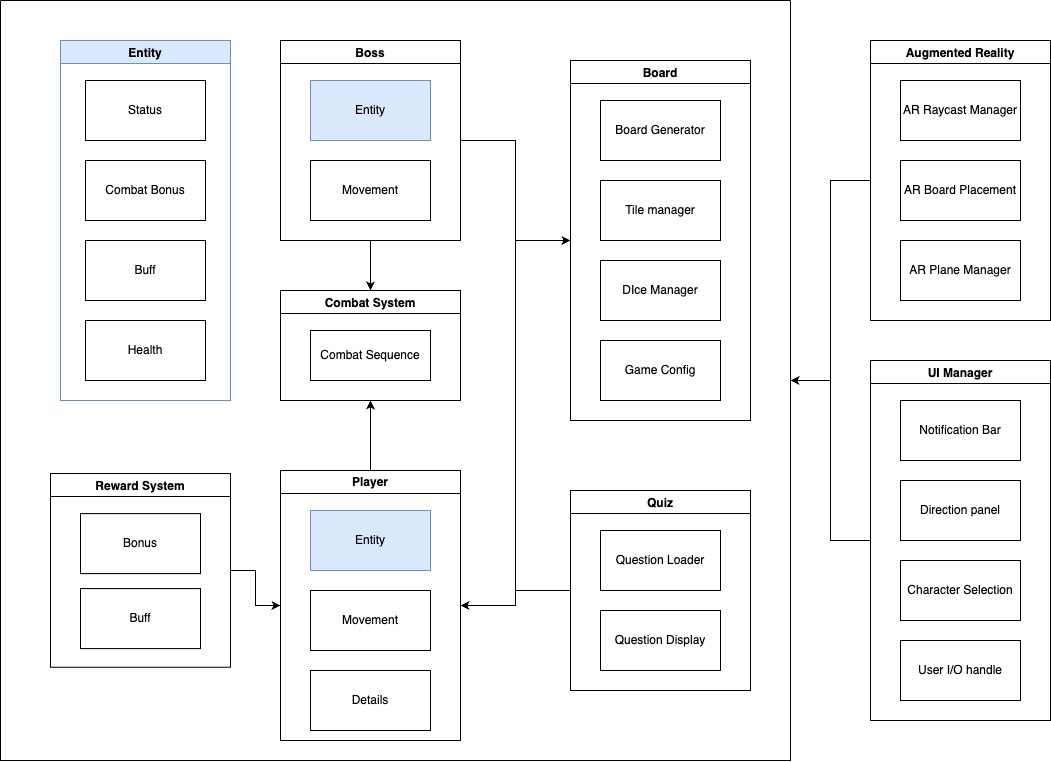
Earlier version of the draw.io export docs/SysDesImg/System architecture (5).drawio.png (System-Engineering-Group-9/system-engineering-group-9.github.io). Source tidied: cells renumbered, new cells last; positions are measured from the earlier drawing's top-left corner, leaving out a move shared by most shapes. The source it was exported from:
```xml
<mxGraphModel>
  <root>
    <mxCell id="0" />
    <mxCell id="1" parent="0" />
    <mxCell id="2" value="Board" style="swimlane;startSize=23;" parent="1" vertex="1">
      <mxGeometry x="570" y="60" width="180" height="360" as="geometry" />
    </mxCell>
    <mxCell id="3" value="Board Generator" style="whiteSpace=wrap;html=1;" parent="2" vertex="1">
      <mxGeometry x="30" y="40" width="120" height="60" as="geometry" />
    </mxCell>
    <mxCell id="4" value="Tile manager" style="rounded=0;whiteSpace=wrap;html=1;" parent="2" vertex="1">
      <mxGeometry x="30" y="120" width="120" height="60" as="geometry" />
    </mxCell>
    <mxCell id="5" value="DIce Manager" style="rounded=0;whiteSpace=wrap;html=1;" parent="2" vertex="1">
      <mxGeometry x="30" y="200" width="120" height="60" as="geometry" />
    </mxCell>
    <mxCell id="6" value="Game Config" style="rounded=0;whiteSpace=wrap;html=1;" parent="2" vertex="1">
      <mxGeometry x="30" y="280" width="120" height="60" as="geometry" />
    </mxCell>
    <mxCell id="7" style="edgeStyle=orthogonalEdgeStyle;rounded=0;jettySize=auto;html=1;entryX=0;entryY=0.5;entryDx=0;entryDy=0;" parent="1" edge="1" source="8" target="13">
      <mxGeometry relative="1" as="geometry" />
    </mxCell>
    <mxCell id="8" value="Reward System" style="swimlane;startSize=23;" parent="1" vertex="1">
      <mxGeometry x="50" y="473.1" width="180" height="193.8" as="geometry" />
    </mxCell>
    <mxCell id="9" value="Bonus" style="whiteSpace=wrap;html=1;" parent="8" vertex="1">
      <mxGeometry x="30" y="40" width="120" height="60" as="geometry" />
    </mxCell>
    <mxCell id="10" value="Buff" style="rounded=0;whiteSpace=wrap;html=1;" parent="8" vertex="1">
      <mxGeometry x="30" y="115" width="120" height="60" as="geometry" />
    </mxCell>
    <mxCell id="11" style="edgeStyle=orthogonalEdgeStyle;rounded=0;jettySize=auto;html=1;entryX=0.5;entryY=1;entryDx=0;entryDy=0;" parent="1" edge="1" source="13" target="31">
      <mxGeometry relative="1" as="geometry" />
    </mxCell>
    <mxCell id="12" style="edgeStyle=orthogonalEdgeStyle;rounded=0;jettySize=auto;html=1;entryX=0;entryY=0.5;entryDx=0;entryDy=0;" parent="1" edge="1" source="13" target="2">
      <mxGeometry relative="1" as="geometry" />
    </mxCell>
    <mxCell id="13" value="Player" style="swimlane;startSize=23;" parent="1" vertex="1">
      <mxGeometry x="280" y="470" width="180" height="270" as="geometry" />
    </mxCell>
    <mxCell id="14" value="Entity" style="whiteSpace=wrap;html=1;fillColor=#dae8fc;strokeColor=#6c8ebf;" parent="13" vertex="1">
      <mxGeometry x="30" y="40" width="120" height="60" as="geometry" />
    </mxCell>
    <mxCell id="15" value="Movement" style="rounded=0;whiteSpace=wrap;html=1;" parent="13" vertex="1">
      <mxGeometry x="30" y="120" width="120" height="60" as="geometry" />
    </mxCell>
    <mxCell id="16" style="edgeStyle=orthogonalEdgeStyle;rounded=0;jettySize=auto;html=1;" parent="1" edge="1" source="18" target="31">
      <mxGeometry relative="1" as="geometry" />
    </mxCell>
    <mxCell id="17" style="edgeStyle=orthogonalEdgeStyle;rounded=0;jettySize=auto;html=1;entryX=0;entryY=0.5;entryDx=0;entryDy=0;" parent="1" edge="1" source="18" target="2">
      <mxGeometry relative="1" as="geometry" />
    </mxCell>
    <mxCell id="18" value="Boss" style="swimlane;startSize=23;" parent="1" vertex="1">
      <mxGeometry x="280" y="40" width="180" height="200" as="geometry" />
    </mxCell>
    <mxCell id="19" value="Entity" style="whiteSpace=wrap;html=1;fillColor=#dae8fc;strokeColor=#6c8ebf;" parent="18" vertex="1">
      <mxGeometry x="30" y="40" width="120" height="60" as="geometry" />
    </mxCell>
    <mxCell id="20" value="Movement" style="rounded=0;whiteSpace=wrap;html=1;" parent="18" vertex="1">
      <mxGeometry x="30" y="120" width="120" height="60" as="geometry" />
    </mxCell>
    <mxCell id="21" style="edgeStyle=orthogonalEdgeStyle;rounded=0;jettySize=auto;html=1;" parent="1" edge="1" source="22" target="38">
      <mxGeometry relative="1" as="geometry" />
    </mxCell>
    <mxCell id="22" value="UI Manager" style="swimlane;startSize=23;" parent="1" vertex="1">
      <mxGeometry x="870" y="360" width="180" height="360" as="geometry" />
    </mxCell>
    <mxCell id="23" value="Notification Bar" style="whiteSpace=wrap;html=1;" parent="22" vertex="1">
      <mxGeometry x="30" y="40" width="120" height="60" as="geometry" />
    </mxCell>
    <mxCell id="24" value="Direction panel" style="rounded=0;whiteSpace=wrap;html=1;" parent="22" vertex="1">
      <mxGeometry x="30" y="120" width="120" height="60" as="geometry" />
    </mxCell>
    <mxCell id="25" value="Character Selection" style="rounded=0;whiteSpace=wrap;html=1;" parent="22" vertex="1">
      <mxGeometry x="30" y="200" width="120" height="60" as="geometry" />
    </mxCell>
    <mxCell id="26" value="User I/O handle" style="rounded=0;whiteSpace=wrap;html=1;" parent="22" vertex="1">
      <mxGeometry x="30" y="280" width="120" height="60" as="geometry" />
    </mxCell>
    <mxCell id="27" style="edgeStyle=orthogonalEdgeStyle;rounded=0;jettySize=auto;html=1;entryX=1;entryY=0.5;entryDx=0;entryDy=0;" parent="1" edge="1" source="28" target="13">
      <mxGeometry relative="1" as="geometry" />
    </mxCell>
    <mxCell id="28" value="Quiz" style="swimlane;startSize=23;" parent="1" vertex="1">
      <mxGeometry x="570" y="490" width="180" height="200" as="geometry" />
    </mxCell>
    <mxCell id="29" value="Question Loader" style="whiteSpace=wrap;html=1;" parent="28" vertex="1">
      <mxGeometry x="30" y="40" width="120" height="60" as="geometry" />
    </mxCell>
    <mxCell id="30" value="Question Display" style="whiteSpace=wrap;html=1;" parent="28" vertex="1">
      <mxGeometry x="30" y="120" width="120" height="60" as="geometry" />
    </mxCell>
    <mxCell id="31" value="Combat System" style="swimlane;startSize=23;" parent="1" vertex="1">
      <mxGeometry x="280" y="290" width="180" height="110" as="geometry" />
    </mxCell>
    <mxCell id="32" value="Combat Sequence" style="rounded=0;whiteSpace=wrap;html=1;" parent="31" vertex="1">
      <mxGeometry x="30" y="40" width="120" height="50" as="geometry" />
    </mxCell>
    <mxCell id="33" style="edgeStyle=orthogonalEdgeStyle;rounded=0;jettySize=auto;html=1;entryX=1;entryY=0.5;entryDx=0;entryDy=0;" parent="1" edge="1" source="34" target="38">
      <mxGeometry relative="1" as="geometry" />
    </mxCell>
    <mxCell id="34" value="Augmented Reality" style="swimlane;startSize=23;" parent="1" vertex="1">
      <mxGeometry x="870" y="40" width="180" height="280" as="geometry" />
    </mxCell>
    <mxCell id="35" value="AR Raycast Manager" style="whiteSpace=wrap;html=1;" parent="34" vertex="1">
      <mxGeometry x="30" y="40" width="120" height="60" as="geometry" />
    </mxCell>
    <mxCell id="36" value="AR Board Placement" style="rounded=0;whiteSpace=wrap;html=1;" parent="34" vertex="1">
      <mxGeometry x="30" y="120" width="120" height="60" as="geometry" />
    </mxCell>
    <mxCell id="37" value="AR Plane Manager" style="rounded=0;whiteSpace=wrap;html=1;" parent="34" vertex="1">
      <mxGeometry x="30" y="200" width="120" height="60" as="geometry" />
    </mxCell>
    <mxCell id="38" style="swimlane;startSize=0;" parent="1" vertex="1">
      <mxGeometry width="790" height="760" as="geometry" />
    </mxCell>
    <mxCell id="39" value="Details" style="rounded=0;whiteSpace=wrap;html=1;" parent="38" vertex="1">
      <mxGeometry x="310" y="670" width="120" height="60" as="geometry" />
    </mxCell>
    <mxCell id="40" value="Entity" style="swimlane;startSize=23;fillColor=#dae8fc;strokeColor=#6c8ebf;" parent="38" vertex="1">
      <mxGeometry x="60" y="40" width="170" height="360" as="geometry" />
    </mxCell>
    <mxCell id="41" value="Health" style="whiteSpace=wrap;html=1;" parent="40" vertex="1">
      <mxGeometry x="25" y="280" width="120" height="60" as="geometry" />
    </mxCell>
    <mxCell id="42" value="Buff" style="rounded=0;whiteSpace=wrap;html=1;" parent="40" vertex="1">
      <mxGeometry x="25" y="200" width="120" height="60" as="geometry" />
    </mxCell>
    <mxCell id="43" value="Status" style="whiteSpace=wrap;html=1;" parent="40" vertex="1">
      <mxGeometry x="25" y="40" width="120" height="60" as="geometry" />
    </mxCell>
    <mxCell id="44" value="Combat Bonus" style="rounded=0;whiteSpace=wrap;html=1;" parent="40" vertex="1">
      <mxGeometry x="25" y="120" width="120" height="60" as="geometry" />
    </mxCell>
  </root>
</mxGraphModel>
```
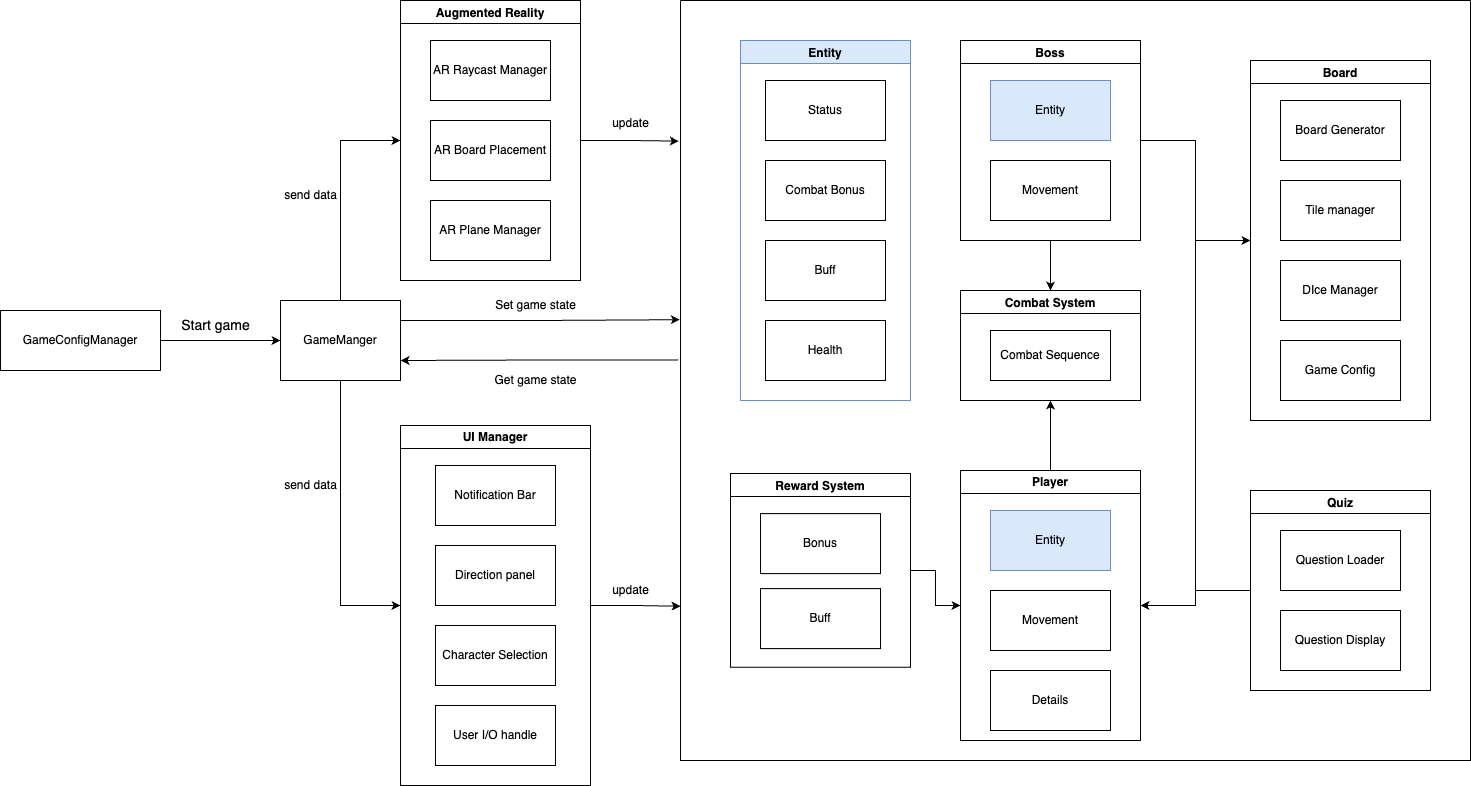
After the change.

What changed in the source:
```diff
@@ -59,23 +59,20 @@
     <mxCell id="20" value="Movement" style="rounded=0;whiteSpace=wrap;html=1;" parent="18" vertex="1">
       <mxGeometry x="30" y="120" width="120" height="60" as="geometry" />
     </mxCell>
-    <mxCell id="21" style="edgeStyle=orthogonalEdgeStyle;rounded=0;jettySize=auto;html=1;" parent="1" edge="1" source="22" target="38">
-      <mxGeometry relative="1" as="geometry" />
-    </mxCell>
     <mxCell id="22" value="UI Manager" style="swimlane;startSize=23;" parent="1" vertex="1">
-      <mxGeometry x="870" y="360" width="180" height="360" as="geometry" />
+      <mxGeometry x="-280" y="425" width="190" height="360" as="geometry" />
     </mxCell>
     <mxCell id="23" value="Notification Bar" style="whiteSpace=wrap;html=1;" parent="22" vertex="1">
-      <mxGeometry x="30" y="40" width="120" height="60" as="geometry" />
+      <mxGeometry x="35" y="40" width="120" height="60" as="geometry" />
     </mxCell>
     <mxCell id="24" value="Direction panel" style="rounded=0;whiteSpace=wrap;html=1;" parent="22" vertex="1">
-      <mxGeometry x="30" y="120" width="120" height="60" as="geometry" />
+      <mxGeometry x="35" y="120" width="120" height="60" as="geometry" />
     </mxCell>
     <mxCell id="25" value="Character Selection" style="rounded=0;whiteSpace=wrap;html=1;" parent="22" vertex="1">
-      <mxGeometry x="30" y="200" width="120" height="60" as="geometry" />
+      <mxGeometry x="35" y="200" width="120" height="60" as="geometry" />
     </mxCell>
     <mxCell id="26" value="User I/O handle" style="rounded=0;whiteSpace=wrap;html=1;" parent="22" vertex="1">
-      <mxGeometry x="30" y="280" width="120" height="60" as="geometry" />
+      <mxGeometry x="35" y="280" width="120" height="60" as="geometry" />
     </mxCell>
     <mxCell id="27" style="edgeStyle=orthogonalEdgeStyle;rounded=0;jettySize=auto;html=1;entryX=1;entryY=0.5;entryDx=0;entryDy=0;" parent="1" edge="1" source="28" target="13">
       <mxGeometry relative="1" as="geometry" />
@@ -95,21 +92,9 @@
     <mxCell id="32" value="Combat Sequence" style="rounded=0;whiteSpace=wrap;html=1;" parent="31" vertex="1">
       <mxGeometry x="30" y="40" width="120" height="50" as="geometry" />
     </mxCell>
-    <mxCell id="33" style="edgeStyle=orthogonalEdgeStyle;rounded=0;jettySize=auto;html=1;entryX=1;entryY=0.5;entryDx=0;entryDy=0;" parent="1" edge="1" source="34" target="38">
-      <mxGeometry relative="1" as="geometry" />
-    </mxCell>
-    <mxCell id="34" value="Augmented Reality" style="swimlane;startSize=23;" parent="1" vertex="1">
-      <mxGeometry x="870" y="40" width="180" height="280" as="geometry" />
-    </mxCell>
-    <mxCell id="35" value="AR Raycast Manager" style="whiteSpace=wrap;html=1;" parent="34" vertex="1">
-      <mxGeometry x="30" y="40" width="120" height="60" as="geometry" />
-    </mxCell>
-    <mxCell id="36" value="AR Board Placement" style="rounded=0;whiteSpace=wrap;html=1;" parent="34" vertex="1">
-      <mxGeometry x="30" y="120" width="120" height="60" as="geometry" />
-    </mxCell>
-    <mxCell id="37" value="AR Plane Manager" style="rounded=0;whiteSpace=wrap;html=1;" parent="34" vertex="1">
-      <mxGeometry x="30" y="200" width="120" height="60" as="geometry" />
-    </mxCell>
+    <mxCell id="45" style="edgeStyle=orthogonalEdgeStyle;rounded=0;jettySize=auto;html=1;entryX=1;entryY=0.75;entryDx=0;entryDy=0;exitX=-0.003;exitY=0.473;exitDx=0;exitDy=0;exitPerimeter=0;" parent="1" edge="1" source="38" target="50">
+      <mxGeometry relative="1" as="geometry" />
+    </mxCell>
     <mxCell id="38" style="swimlane;startSize=0;" parent="1" vertex="1">
       <mxGeometry width="790" height="760" as="geometry" />
     </mxCell>
@@ -131,5 +116,62 @@
     <mxCell id="44" value="Combat Bonus" style="rounded=0;whiteSpace=wrap;html=1;" parent="40" vertex="1">
       <mxGeometry x="25" y="120" width="120" height="60" as="geometry" />
     </mxCell>
+    <mxCell id="34" value="Augmented Reality" style="swimlane;startSize=23;" parent="1" vertex="1">
+      <mxGeometry x="-280" width="180" height="280" as="geometry" />
+    </mxCell>
+    <mxCell id="35" value="AR Raycast Manager" style="whiteSpace=wrap;html=1;" parent="34" vertex="1">
+      <mxGeometry x="30" y="40" width="120" height="60" as="geometry" />
+    </mxCell>
+    <mxCell id="36" value="AR Board Placement" style="rounded=0;whiteSpace=wrap;html=1;" parent="34" vertex="1">
+      <mxGeometry x="30" y="120" width="120" height="60" as="geometry" />
+    </mxCell>
+    <mxCell id="37" value="AR Plane Manager" style="rounded=0;whiteSpace=wrap;html=1;" parent="34" vertex="1">
+      <mxGeometry x="30" y="200" width="120" height="60" as="geometry" />
+    </mxCell>
+    <mxCell id="46" style="edgeStyle=orthogonalEdgeStyle;rounded=0;jettySize=auto;html=1;entryX=0;entryY=0.5;entryDx=0;entryDy=0;" parent="1" edge="1" source="47" target="50">
+      <mxGeometry relative="1" as="geometry" />
+    </mxCell>
+    <mxCell id="47" value="GameConfigManager" style="rounded=0;whiteSpace=wrap;html=1;" parent="1" vertex="1">
+      <mxGeometry x="-680" y="310" width="160" height="60" as="geometry" />
+    </mxCell>
+    <mxCell id="48" style="edgeStyle=orthogonalEdgeStyle;rounded=0;jettySize=auto;html=1;entryX=0;entryY=0.5;entryDx=0;entryDy=0;" parent="1" edge="1" source="50" target="22">
+      <mxGeometry relative="1" as="geometry" />
+    </mxCell>
+    <mxCell id="49" style="edgeStyle=orthogonalEdgeStyle;rounded=0;jettySize=auto;html=1;entryX=0;entryY=0.5;entryDx=0;entryDy=0;" parent="1" edge="1" source="50" target="34">
+      <mxGeometry relative="1" as="geometry" />
+    </mxCell>
+    <mxCell id="50" value="GameManger" style="whiteSpace=wrap;html=1;rounded=0;" parent="1" vertex="1">
+      <mxGeometry x="-400" y="300" width="120" height="80" as="geometry" />
+    </mxCell>
+    <mxCell id="51" value="&lt;font&gt;Start &lt;font&gt;game&lt;/font&gt;&lt;/font&gt;" style="text;html=1;align=center;verticalAlign=middle;strokeColor=none;fillColor=none;fontSize=14;" parent="1" vertex="1">
+      <mxGeometry x="-510" y="310" width="90" height="30" as="geometry" />
+    </mxCell>
+    <mxCell id="33" style="edgeStyle=orthogonalEdgeStyle;rounded=0;jettySize=auto;html=1;entryX=-0.002;entryY=0.185;entryDx=0;entryDy=0;entryPerimeter=0;" parent="1" edge="1" source="34" target="38">
+      <mxGeometry relative="1" as="geometry" />
+    </mxCell>
+    <mxCell id="21" style="edgeStyle=orthogonalEdgeStyle;rounded=0;jettySize=auto;html=1;entryX=0;entryY=0.797;entryDx=0;entryDy=0;entryPerimeter=0;" parent="1" edge="1" source="22" target="38">
+      <mxGeometry relative="1" as="geometry" />
+    </mxCell>
+    <mxCell id="52" style="edgeStyle=orthogonalEdgeStyle;rounded=0;jettySize=auto;html=1;exitX=1;exitY=0.25;exitDx=0;exitDy=0;entryX=-0.001;entryY=0.42;entryDx=0;entryDy=0;entryPerimeter=0;" parent="1" edge="1" source="50" target="38">
+      <mxGeometry relative="1" as="geometry" />
+    </mxCell>
+    <mxCell id="53" value="Get game state" style="text;html=1;align=center;verticalAlign=middle;strokeColor=none;fillColor=none;" parent="1" vertex="1">
+      <mxGeometry x="-200" y="365" width="110" height="30" as="geometry" />
+    </mxCell>
+    <mxCell id="54" value="Set game state" style="text;html=1;align=center;verticalAlign=middle;strokeColor=none;fillColor=none;" parent="1" vertex="1">
+      <mxGeometry x="-195" y="290" width="100" height="30" as="geometry" />
+    </mxCell>
+    <mxCell id="55" value="send data" style="text;html=1;align=center;verticalAlign=middle;strokeColor=none;fillColor=none;" parent="1" vertex="1">
+      <mxGeometry x="-410" y="470" width="80" height="30" as="geometry" />
+    </mxCell>
+    <mxCell id="56" value="send data" style="text;html=1;align=center;verticalAlign=middle;strokeColor=none;fillColor=none;" parent="1" vertex="1">
+      <mxGeometry x="-410" y="180" width="80" height="30" as="geometry" />
+    </mxCell>
+    <mxCell id="57" value="update" style="text;html=1;align=center;verticalAlign=middle;strokeColor=none;fillColor=none;" parent="1" vertex="1">
+      <mxGeometry x="-80" y="575" width="60" height="30" as="geometry" />
+    </mxCell>
+    <mxCell id="58" value="update" style="text;html=1;align=center;verticalAlign=middle;strokeColor=none;fillColor=none;" parent="1" vertex="1">
+      <mxGeometry x="-80" y="108" width="60" height="30" as="geometry" />
+    </mxCell>
   </root>
 </mxGraphModel>
```
